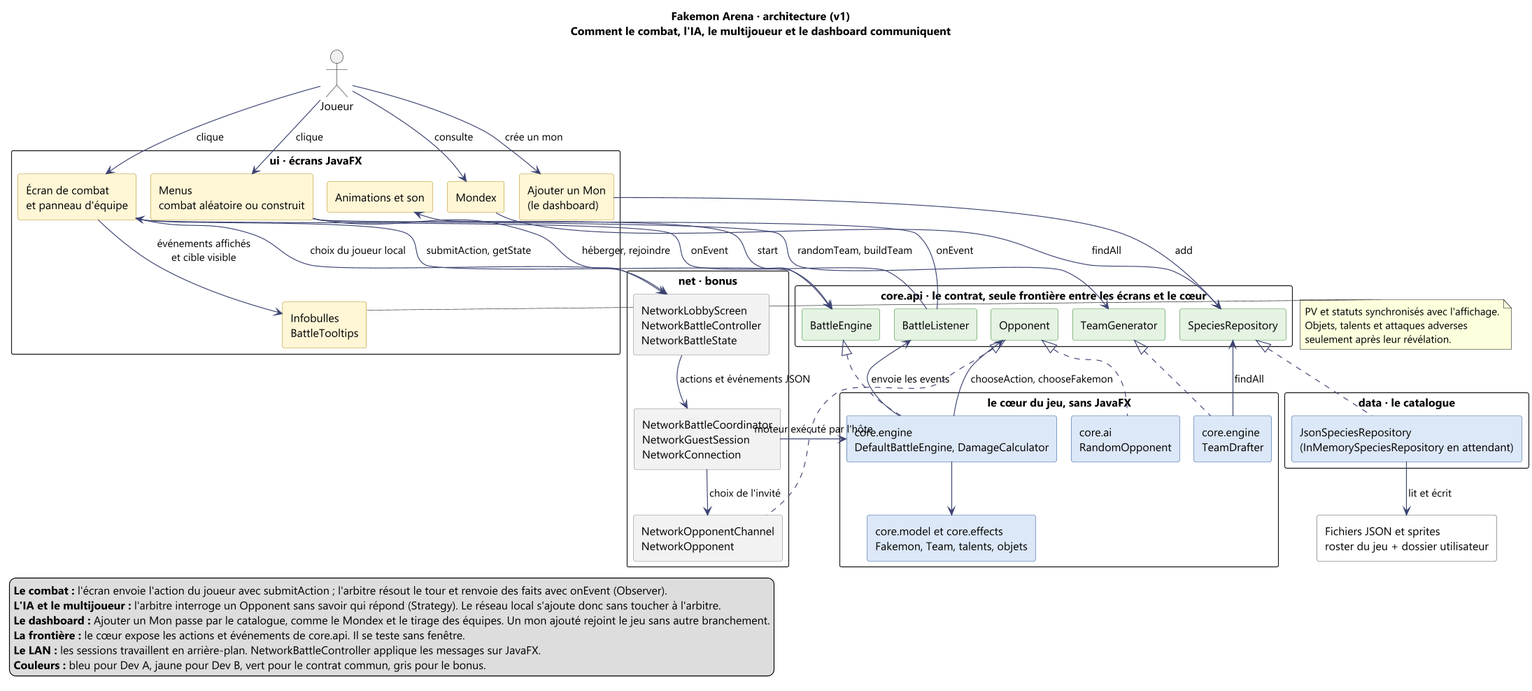
Above: docs/uml/architecture.png in OnerAliCan/fakemon-arena (PlantUML), before the change.
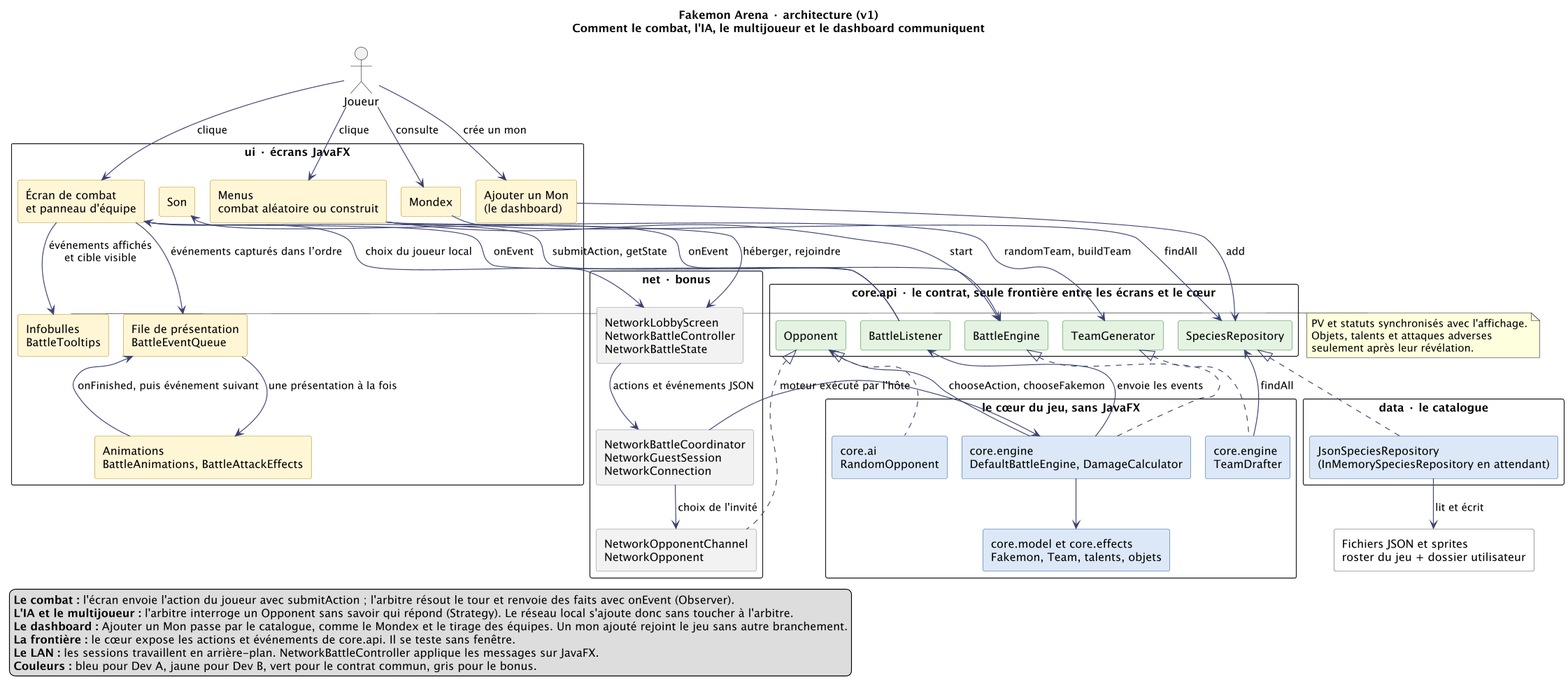
Later version of the same file.

Diff of the diagram source:
```diff
@@ -27,7 +27,9 @@
   rectangle "Menus\ncombat aléatoire ou construit" as Menus <<devB>>
   rectangle "Écran de combat\net panneau d'équipe" as Combat <<devB>>
   rectangle "Infobulles\nBattleTooltips" as Details <<devB>>
-  rectangle "Animations et son" as Son <<devB>>
+  rectangle "File de présentation\nBattleEventQueue" as Queue <<devB>>
+  rectangle "Animations\nBattleAnimations, BattleAttackEffects" as Anim <<devB>>
+  rectangle "Son" as Son <<devB>>
   rectangle "Mondex" as Mondex <<devB>>
   rectangle "Ajouter un Mon\n(le dashboard)" as Dashboard <<devB>>
 }
@@ -74,6 +76,9 @@
   Objets, talents et attaques adverses
   seulement après leur révélation.
 end note
+Combat --> Queue : événements capturés dans l’ordre
+Queue --> Anim : une présentation à la fois
+Anim --> Queue : onFinished, puis événement suivant
 IListener --> Son : onEvent
 Mondex --> IRepo : findAll
 Dashboard --> IRepo : add
```
